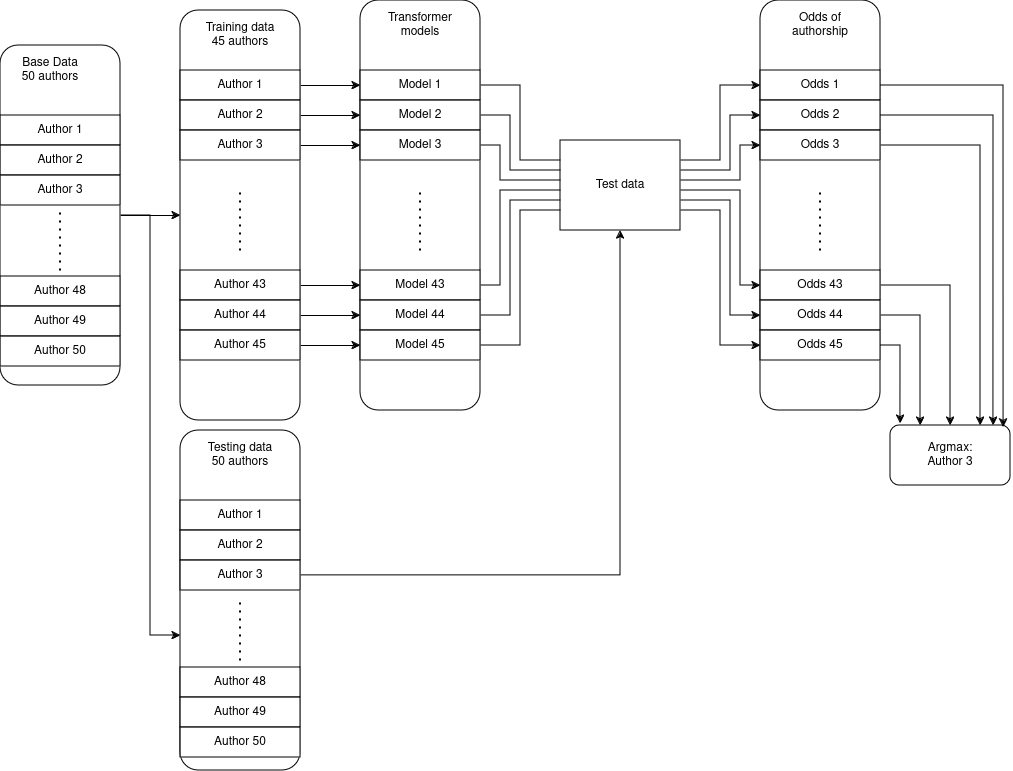
This is block_diagram.png from mpeschel10/CMPSC-445-Final-Project, a draw.io export, as it was before one commit. Source tidied: cells renumbered, new cells last; positions are measured from the earlier drawing's top-left corner, leaving out a move shared by most shapes. Its diagram source:
```xml
<mxGraphModel>
  <root>
    <mxCell id="0" />
    <mxCell id="1" parent="0" />
    <mxCell id="2" style="edgeStyle=orthogonalEdgeStyle;rounded=0;jettySize=auto;html=1;" parent="1" edge="1" source="4" target="13">
      <mxGeometry relative="1" as="geometry" />
    </mxCell>
    <mxCell id="3" style="edgeStyle=orthogonalEdgeStyle;rounded=0;jettySize=auto;html=1;" parent="1" edge="1" source="4" target="28">
      <mxGeometry relative="1" as="geometry">
        <Array as="points">
          <mxPoint x="150" y="215" />
          <mxPoint x="150" y="635" />
        </Array>
      </mxGeometry>
    </mxCell>
    <mxCell id="4" style="rounded=1;whiteSpace=wrap;html=1;" parent="1" vertex="1">
      <mxGeometry y="45" width="120" height="340" as="geometry" />
    </mxCell>
    <mxCell id="5" value="Base Data&lt;br&gt;50 authors" style="text;html=1;strokeColor=none;fillColor=none;align=center;verticalAlign=middle;whiteSpace=wrap;rounded=0;" parent="1" vertex="1">
      <mxGeometry x="20" y="55" width="60" height="30" as="geometry" />
    </mxCell>
    <mxCell id="6" value="Author 1" style="rounded=0;whiteSpace=wrap;html=1;" parent="1" vertex="1">
      <mxGeometry y="115" width="120" height="30" as="geometry" />
    </mxCell>
    <mxCell id="7" value="Author 2" style="rounded=0;whiteSpace=wrap;html=1;" parent="1" vertex="1">
      <mxGeometry y="145" width="120" height="30" as="geometry" />
    </mxCell>
    <mxCell id="8" value="Author 3" style="rounded=0;whiteSpace=wrap;html=1;" parent="1" vertex="1">
      <mxGeometry y="175" width="120" height="30" as="geometry" />
    </mxCell>
    <mxCell id="9" style="endArrow=none;dashed=1;html=1;dashPattern=1 3;strokeWidth=2;rounded=0;" parent="1" edge="1">
      <mxGeometry relative="1" as="geometry">
        <mxPoint x="59.5" y="270" as="sourcePoint" />
        <mxPoint x="59.5" y="210" as="targetPoint" />
      </mxGeometry>
    </mxCell>
    <mxCell id="10" value="Author 48" style="rounded=0;whiteSpace=wrap;html=1;" parent="1" vertex="1">
      <mxGeometry y="276" width="120" height="30" as="geometry" />
    </mxCell>
    <mxCell id="11" value="Author 49" style="rounded=0;whiteSpace=wrap;html=1;" parent="1" vertex="1">
      <mxGeometry y="306" width="120" height="30" as="geometry" />
    </mxCell>
    <mxCell id="12" value="Author 50" style="rounded=0;whiteSpace=wrap;html=1;" parent="1" vertex="1">
      <mxGeometry y="336" width="120" height="30" as="geometry" />
    </mxCell>
    <mxCell id="13" style="rounded=1;whiteSpace=wrap;html=1;" parent="1" vertex="1">
      <mxGeometry x="180" y="10" width="120" height="410" as="geometry" />
    </mxCell>
    <mxCell id="14" value="Training data&lt;br&gt;45 authors" style="text;html=1;strokeColor=none;fillColor=none;align=center;verticalAlign=middle;whiteSpace=wrap;rounded=0;" parent="1" vertex="1">
      <mxGeometry x="200" y="20" width="80" height="30" as="geometry" />
    </mxCell>
    <mxCell id="15" style="edgeStyle=orthogonalEdgeStyle;rounded=0;jettySize=auto;html=1;" parent="1" edge="1" source="16" target="41">
      <mxGeometry relative="1" as="geometry" />
    </mxCell>
    <mxCell id="16" value="Author 1" style="rounded=0;whiteSpace=wrap;html=1;" parent="1" vertex="1">
      <mxGeometry x="180" y="70" width="120" height="30" as="geometry" />
    </mxCell>
    <mxCell id="17" style="edgeStyle=orthogonalEdgeStyle;rounded=0;jettySize=auto;html=1;" parent="1" edge="1" source="18" target="43">
      <mxGeometry relative="1" as="geometry" />
    </mxCell>
    <mxCell id="18" value="Author 2" style="rounded=0;whiteSpace=wrap;html=1;" parent="1" vertex="1">
      <mxGeometry x="180" y="100" width="120" height="30" as="geometry" />
    </mxCell>
    <mxCell id="19" style="edgeStyle=orthogonalEdgeStyle;rounded=0;jettySize=auto;html=1;" parent="1" edge="1" source="20" target="45">
      <mxGeometry relative="1" as="geometry" />
    </mxCell>
    <mxCell id="20" value="Author 3" style="rounded=0;whiteSpace=wrap;html=1;" parent="1" vertex="1">
      <mxGeometry x="180" y="130" width="120" height="30" as="geometry" />
    </mxCell>
    <mxCell id="21" style="endArrow=none;dashed=1;html=1;dashPattern=1 3;strokeWidth=2;rounded=0;" parent="1" edge="1">
      <mxGeometry relative="1" as="geometry">
        <mxPoint x="239.5" y="250" as="sourcePoint" />
        <mxPoint x="239.5" y="190" as="targetPoint" />
      </mxGeometry>
    </mxCell>
    <mxCell id="22" style="edgeStyle=orthogonalEdgeStyle;rounded=0;jettySize=auto;html=1;" parent="1" edge="1" source="23" target="48">
      <mxGeometry relative="1" as="geometry" />
    </mxCell>
    <mxCell id="23" value="Author 43" style="rounded=0;whiteSpace=wrap;html=1;" parent="1" vertex="1">
      <mxGeometry x="180" y="270" width="120" height="30" as="geometry" />
    </mxCell>
    <mxCell id="24" style="edgeStyle=orthogonalEdgeStyle;rounded=0;jettySize=auto;html=1;" parent="1" edge="1" source="25" target="50">
      <mxGeometry relative="1" as="geometry" />
    </mxCell>
    <mxCell id="25" value="Author 44" style="rounded=0;whiteSpace=wrap;html=1;" parent="1" vertex="1">
      <mxGeometry x="180" y="300" width="120" height="30" as="geometry" />
    </mxCell>
    <mxCell id="26" style="edgeStyle=orthogonalEdgeStyle;rounded=0;jettySize=auto;html=1;" parent="1" edge="1" source="27" target="52">
      <mxGeometry relative="1" as="geometry" />
    </mxCell>
    <mxCell id="27" value="Author 45" style="rounded=0;whiteSpace=wrap;html=1;" parent="1" vertex="1">
      <mxGeometry x="180" y="330" width="120" height="30" as="geometry" />
    </mxCell>
    <mxCell id="28" style="rounded=1;whiteSpace=wrap;html=1;" parent="1" vertex="1">
      <mxGeometry x="180" y="430" width="120" height="340" as="geometry" />
    </mxCell>
    <mxCell id="29" value="Testing data&lt;br&gt;50 authors" style="text;html=1;strokeColor=none;fillColor=none;align=center;verticalAlign=middle;whiteSpace=wrap;rounded=0;" parent="1" vertex="1">
      <mxGeometry x="200" y="440" width="80" height="30" as="geometry" />
    </mxCell>
    <mxCell id="30" value="Author 1" style="rounded=0;whiteSpace=wrap;html=1;" parent="1" vertex="1">
      <mxGeometry x="180" y="500" width="120" height="30" as="geometry" />
    </mxCell>
    <mxCell id="31" value="Author 2" style="rounded=0;whiteSpace=wrap;html=1;" parent="1" vertex="1">
      <mxGeometry x="180" y="530" width="120" height="30" as="geometry" />
    </mxCell>
    <mxCell id="32" style="edgeStyle=orthogonalEdgeStyle;rounded=0;jettySize=auto;html=1;" parent="1" edge="1" source="33" target="53">
      <mxGeometry relative="1" as="geometry" />
    </mxCell>
    <mxCell id="33" value="Author 3" style="rounded=0;whiteSpace=wrap;html=1;" parent="1" vertex="1">
      <mxGeometry x="180" y="560" width="120" height="30" as="geometry" />
    </mxCell>
    <mxCell id="34" style="endArrow=none;dashed=1;html=1;dashPattern=1 3;strokeWidth=2;rounded=0;" parent="1" edge="1">
      <mxGeometry relative="1" as="geometry">
        <mxPoint x="239.5" y="660" as="sourcePoint" />
        <mxPoint x="239.5" y="600" as="targetPoint" />
      </mxGeometry>
    </mxCell>
    <mxCell id="35" value="Author 48" style="rounded=0;whiteSpace=wrap;html=1;" parent="1" vertex="1">
      <mxGeometry x="180" y="667" width="120" height="30" as="geometry" />
    </mxCell>
    <mxCell id="36" value="Author 49" style="rounded=0;whiteSpace=wrap;html=1;" parent="1" vertex="1">
      <mxGeometry x="180" y="697" width="120" height="30" as="geometry" />
    </mxCell>
    <mxCell id="37" value="Author 50" style="rounded=0;whiteSpace=wrap;html=1;" parent="1" vertex="1">
      <mxGeometry x="180" y="727" width="120" height="30" as="geometry" />
    </mxCell>
    <mxCell id="38" style="rounded=1;whiteSpace=wrap;html=1;" parent="1" vertex="1">
      <mxGeometry x="360" width="120" height="410" as="geometry" />
    </mxCell>
    <mxCell id="39" value="Transformer models" style="text;html=1;strokeColor=none;fillColor=none;align=center;verticalAlign=middle;whiteSpace=wrap;rounded=0;" parent="1" vertex="1">
      <mxGeometry x="380" y="10" width="80" height="30" as="geometry" />
    </mxCell>
    <mxCell id="40" style="edgeStyle=orthogonalEdgeStyle;rounded=0;jettySize=auto;html=1;" parent="1" edge="1" source="41" target="56">
      <mxGeometry relative="1" as="geometry">
        <Array as="points">
          <mxPoint x="520" y="85" />
          <mxPoint x="520" y="160" />
          <mxPoint x="720" y="160" />
          <mxPoint x="720" y="85" />
        </Array>
      </mxGeometry>
    </mxCell>
    <mxCell id="41" value="Model 1" style="rounded=0;whiteSpace=wrap;html=1;" parent="1" vertex="1">
      <mxGeometry x="360" y="70" width="120" height="30" as="geometry" />
    </mxCell>
    <mxCell id="42" style="edgeStyle=orthogonalEdgeStyle;rounded=0;jettySize=auto;html=1;" parent="1" edge="1" source="43" target="57">
      <mxGeometry relative="1" as="geometry">
        <Array as="points">
          <mxPoint x="510" y="115" />
          <mxPoint x="510" y="170" />
          <mxPoint x="730" y="170" />
          <mxPoint x="730" y="115" />
        </Array>
      </mxGeometry>
    </mxCell>
    <mxCell id="43" value="Model 2" style="rounded=0;whiteSpace=wrap;html=1;" parent="1" vertex="1">
      <mxGeometry x="360" y="100" width="120" height="30" as="geometry" />
    </mxCell>
    <mxCell id="44" style="edgeStyle=orthogonalEdgeStyle;rounded=0;jettySize=auto;html=1;" parent="1" edge="1" source="45" target="59">
      <mxGeometry relative="1" as="geometry">
        <Array as="points">
          <mxPoint x="500" y="145" />
          <mxPoint x="500" y="180" />
          <mxPoint x="740" y="180" />
          <mxPoint x="740" y="145" />
        </Array>
      </mxGeometry>
    </mxCell>
    <mxCell id="45" value="Model 3" style="rounded=0;whiteSpace=wrap;html=1;" parent="1" vertex="1">
      <mxGeometry x="360" y="130" width="120" height="30" as="geometry" />
    </mxCell>
    <mxCell id="46" style="endArrow=none;dashed=1;html=1;dashPattern=1 3;strokeWidth=2;rounded=0;" parent="1" edge="1">
      <mxGeometry relative="1" as="geometry">
        <mxPoint x="419.5" y="250" as="sourcePoint" />
        <mxPoint x="419.5" y="190" as="targetPoint" />
      </mxGeometry>
    </mxCell>
    <mxCell id="47" style="edgeStyle=orthogonalEdgeStyle;rounded=0;jettySize=auto;html=1;" parent="1" edge="1" source="48" target="62">
      <mxGeometry relative="1" as="geometry">
        <Array as="points">
          <mxPoint x="500" y="285" />
          <mxPoint x="500" y="190" />
          <mxPoint x="740" y="190" />
          <mxPoint x="740" y="285" />
        </Array>
      </mxGeometry>
    </mxCell>
    <mxCell id="48" value="Model 43" style="rounded=0;whiteSpace=wrap;html=1;" parent="1" vertex="1">
      <mxGeometry x="360" y="270" width="120" height="30" as="geometry" />
    </mxCell>
    <mxCell id="49" style="edgeStyle=orthogonalEdgeStyle;rounded=0;jettySize=auto;html=1;" parent="1" edge="1" source="50" target="64">
      <mxGeometry relative="1" as="geometry">
        <Array as="points">
          <mxPoint x="510" y="315" />
          <mxPoint x="510" y="200" />
          <mxPoint x="730" y="200" />
          <mxPoint x="730" y="315" />
        </Array>
      </mxGeometry>
    </mxCell>
    <mxCell id="50" value="Model 44" style="rounded=0;whiteSpace=wrap;html=1;" parent="1" vertex="1">
      <mxGeometry x="360" y="300" width="120" height="30" as="geometry" />
    </mxCell>
    <mxCell id="51" style="edgeStyle=orthogonalEdgeStyle;rounded=0;jettySize=auto;html=1;" parent="1" edge="1" source="52" target="65">
      <mxGeometry relative="1" as="geometry">
        <Array as="points">
          <mxPoint x="520" y="345" />
          <mxPoint x="520" y="210" />
          <mxPoint x="720" y="210" />
          <mxPoint x="720" y="345" />
        </Array>
      </mxGeometry>
    </mxCell>
    <mxCell id="52" value="Model 45" style="rounded=0;whiteSpace=wrap;html=1;" parent="1" vertex="1">
      <mxGeometry x="360" y="330" width="120" height="30" as="geometry" />
    </mxCell>
    <mxCell id="53" value="Test data" style="rounded=0;whiteSpace=wrap;html=1;" parent="1" vertex="1">
      <mxGeometry x="560" y="140" width="120" height="90" as="geometry" />
    </mxCell>
    <mxCell id="54" style="rounded=1;whiteSpace=wrap;html=1;" parent="1" vertex="1">
      <mxGeometry x="760" width="120" height="410" as="geometry" />
    </mxCell>
    <mxCell id="55" value="Odds of authorship" style="text;html=1;strokeColor=none;fillColor=none;align=center;verticalAlign=middle;whiteSpace=wrap;rounded=0;" parent="1" vertex="1">
      <mxGeometry x="780" y="10" width="80" height="30" as="geometry" />
    </mxCell>
    <mxCell id="56" value="Odds 1" style="rounded=0;whiteSpace=wrap;html=1;" parent="1" vertex="1">
      <mxGeometry x="760" y="70" width="120" height="30" as="geometry" />
    </mxCell>
    <mxCell id="57" value="Odds 2" style="rounded=0;whiteSpace=wrap;html=1;" parent="1" vertex="1">
      <mxGeometry x="760" y="100" width="120" height="30" as="geometry" />
    </mxCell>
    <mxCell id="58" style="edgeStyle=orthogonalEdgeStyle;rounded=0;jettySize=auto;html=1;entryX=0.75;entryY=0;entryDx=0;entryDy=0;" parent="1" edge="1" source="59" target="66">
      <mxGeometry relative="1" as="geometry" />
    </mxCell>
    <mxCell id="59" value="Odds 3" style="rounded=0;whiteSpace=wrap;html=1;" parent="1" vertex="1">
      <mxGeometry x="760" y="130" width="120" height="30" as="geometry" />
    </mxCell>
    <mxCell id="60" style="endArrow=none;dashed=1;html=1;dashPattern=1 3;strokeWidth=2;rounded=0;" parent="1" edge="1">
      <mxGeometry relative="1" as="geometry">
        <mxPoint x="819.5" y="250" as="sourcePoint" />
        <mxPoint x="819.5" y="190" as="targetPoint" />
      </mxGeometry>
    </mxCell>
    <mxCell id="61" style="edgeStyle=orthogonalEdgeStyle;rounded=0;jettySize=auto;html=1;entryX=0.5;entryY=0;entryDx=0;entryDy=0;" parent="1" edge="1" source="62" target="66">
      <mxGeometry relative="1" as="geometry" />
    </mxCell>
    <mxCell id="62" value="Odds 43" style="rounded=0;whiteSpace=wrap;html=1;" parent="1" vertex="1">
      <mxGeometry x="760" y="270" width="120" height="30" as="geometry" />
    </mxCell>
    <mxCell id="63" style="edgeStyle=orthogonalEdgeStyle;rounded=0;jettySize=auto;html=1;entryX=0.25;entryY=0;entryDx=0;entryDy=0;" parent="1" edge="1" source="64" target="66">
      <mxGeometry relative="1" as="geometry" />
    </mxCell>
    <mxCell id="64" value="Odds 44" style="rounded=0;whiteSpace=wrap;html=1;" parent="1" vertex="1">
      <mxGeometry x="760" y="300" width="120" height="30" as="geometry" />
    </mxCell>
    <mxCell id="65" value="Odds 45" style="rounded=0;whiteSpace=wrap;html=1;" parent="1" vertex="1">
      <mxGeometry x="760" y="330" width="120" height="30" as="geometry" />
    </mxCell>
    <mxCell id="66" value="Argmax:&lt;br&gt;Author 3" style="rounded=1;whiteSpace=wrap;html=1;" parent="1" vertex="1">
      <mxGeometry x="890" y="425" width="120" height="60" as="geometry" />
    </mxCell>
    <mxCell id="67" style="edgeStyle=orthogonalEdgeStyle;rounded=0;jettySize=auto;html=1;entryX=0.942;entryY=0.033;entryDx=0;entryDy=0;entryPerimeter=0;" parent="1" edge="1" source="56" target="66">
      <mxGeometry relative="1" as="geometry" />
    </mxCell>
    <mxCell id="68" style="edgeStyle=orthogonalEdgeStyle;rounded=0;jettySize=auto;html=1;entryX=0.858;entryY=0;entryDx=0;entryDy=0;entryPerimeter=0;" parent="1" edge="1" source="57" target="66">
      <mxGeometry relative="1" as="geometry" />
    </mxCell>
    <mxCell id="69" style="edgeStyle=orthogonalEdgeStyle;rounded=0;jettySize=auto;html=1;entryX=0.083;entryY=-0.033;entryDx=0;entryDy=0;entryPerimeter=0;" parent="1" edge="1" source="65" target="66">
      <mxGeometry relative="1" as="geometry" />
    </mxCell>
  </root>
</mxGraphModel>
```
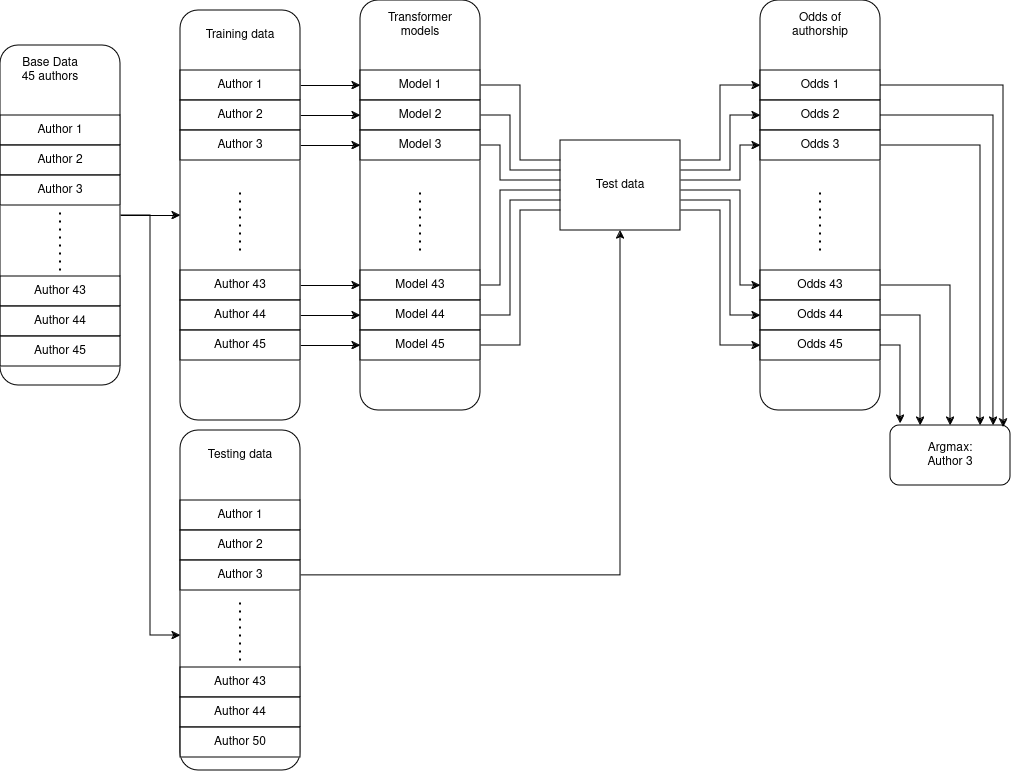
Later version of the same file.

Commit message:
We only have 45 authors, not 50.

Diff of the diagram source:
```diff
@@ -16,7 +16,7 @@
     <mxCell id="4" style="rounded=1;whiteSpace=wrap;html=1;" parent="1" vertex="1">
       <mxGeometry y="45" width="120" height="340" as="geometry" />
     </mxCell>
-    <mxCell id="5" value="Base Data&lt;br&gt;50 authors" style="text;html=1;strokeColor=none;fillColor=none;align=center;verticalAlign=middle;whiteSpace=wrap;rounded=0;" parent="1" vertex="1">
+    <mxCell id="5" value="Base Data&lt;br&gt;&lt;div&gt;45 authors&lt;/div&gt;" style="text;html=1;strokeColor=none;fillColor=none;align=center;verticalAlign=middle;whiteSpace=wrap;rounded=0;" parent="1" vertex="1">
       <mxGeometry x="20" y="55" width="60" height="30" as="geometry" />
     </mxCell>
     <mxCell id="6" value="Author 1" style="rounded=0;whiteSpace=wrap;html=1;" parent="1" vertex="1">
@@ -34,19 +34,19 @@
         <mxPoint x="59.5" y="210" as="targetPoint" />
       </mxGeometry>
     </mxCell>
-    <mxCell id="10" value="Author 48" style="rounded=0;whiteSpace=wrap;html=1;" parent="1" vertex="1">
+    <mxCell id="10" value="Author 43" style="rounded=0;whiteSpace=wrap;html=1;" parent="1" vertex="1">
       <mxGeometry y="276" width="120" height="30" as="geometry" />
     </mxCell>
-    <mxCell id="11" value="Author 49" style="rounded=0;whiteSpace=wrap;html=1;" parent="1" vertex="1">
+    <mxCell id="11" value="Author 44" style="rounded=0;whiteSpace=wrap;html=1;" parent="1" vertex="1">
       <mxGeometry y="306" width="120" height="30" as="geometry" />
     </mxCell>
-    <mxCell id="12" value="Author 50" style="rounded=0;whiteSpace=wrap;html=1;" parent="1" vertex="1">
+    <mxCell id="12" value="Author 45" style="rounded=0;whiteSpace=wrap;html=1;" parent="1" vertex="1">
       <mxGeometry y="336" width="120" height="30" as="geometry" />
     </mxCell>
     <mxCell id="13" style="rounded=1;whiteSpace=wrap;html=1;" parent="1" vertex="1">
       <mxGeometry x="180" y="10" width="120" height="410" as="geometry" />
     </mxCell>
-    <mxCell id="14" value="Training data&lt;br&gt;45 authors" style="text;html=1;strokeColor=none;fillColor=none;align=center;verticalAlign=middle;whiteSpace=wrap;rounded=0;" parent="1" vertex="1">
+    <mxCell id="14" value="Training data" style="text;html=1;strokeColor=none;fillColor=none;align=center;verticalAlign=middle;whiteSpace=wrap;rounded=0;" parent="1" vertex="1">
       <mxGeometry x="200" y="20" width="80" height="30" as="geometry" />
     </mxCell>
     <mxCell id="15" style="edgeStyle=orthogonalEdgeStyle;rounded=0;jettySize=auto;html=1;" parent="1" edge="1" source="16" target="41">
@@ -94,7 +94,7 @@
     <mxCell id="28" style="rounded=1;whiteSpace=wrap;html=1;" parent="1" vertex="1">
       <mxGeometry x="180" y="430" width="120" height="340" as="geometry" />
     </mxCell>
-    <mxCell id="29" value="Testing data&lt;br&gt;50 authors" style="text;html=1;strokeColor=none;fillColor=none;align=center;verticalAlign=middle;whiteSpace=wrap;rounded=0;" parent="1" vertex="1">
+    <mxCell id="29" value="Testing data" style="text;html=1;strokeColor=none;fillColor=none;align=center;verticalAlign=middle;whiteSpace=wrap;rounded=0;" parent="1" vertex="1">
       <mxGeometry x="200" y="440" width="80" height="30" as="geometry" />
     </mxCell>
     <mxCell id="30" value="Author 1" style="rounded=0;whiteSpace=wrap;html=1;" parent="1" vertex="1">
@@ -115,10 +115,10 @@
         <mxPoint x="239.5" y="600" as="targetPoint" />
       </mxGeometry>
     </mxCell>
-    <mxCell id="35" value="Author 48" style="rounded=0;whiteSpace=wrap;html=1;" parent="1" vertex="1">
+    <mxCell id="35" value="Author 43" style="rounded=0;whiteSpace=wrap;html=1;" parent="1" vertex="1">
       <mxGeometry x="180" y="667" width="120" height="30" as="geometry" />
     </mxCell>
-    <mxCell id="36" value="Author 49" style="rounded=0;whiteSpace=wrap;html=1;" parent="1" vertex="1">
+    <mxCell id="36" value="Author 44" style="rounded=0;whiteSpace=wrap;html=1;" parent="1" vertex="1">
       <mxGeometry x="180" y="697" width="120" height="30" as="geometry" />
     </mxCell>
     <mxCell id="37" value="Author 50" style="rounded=0;whiteSpace=wrap;html=1;" parent="1" vertex="1">
```
